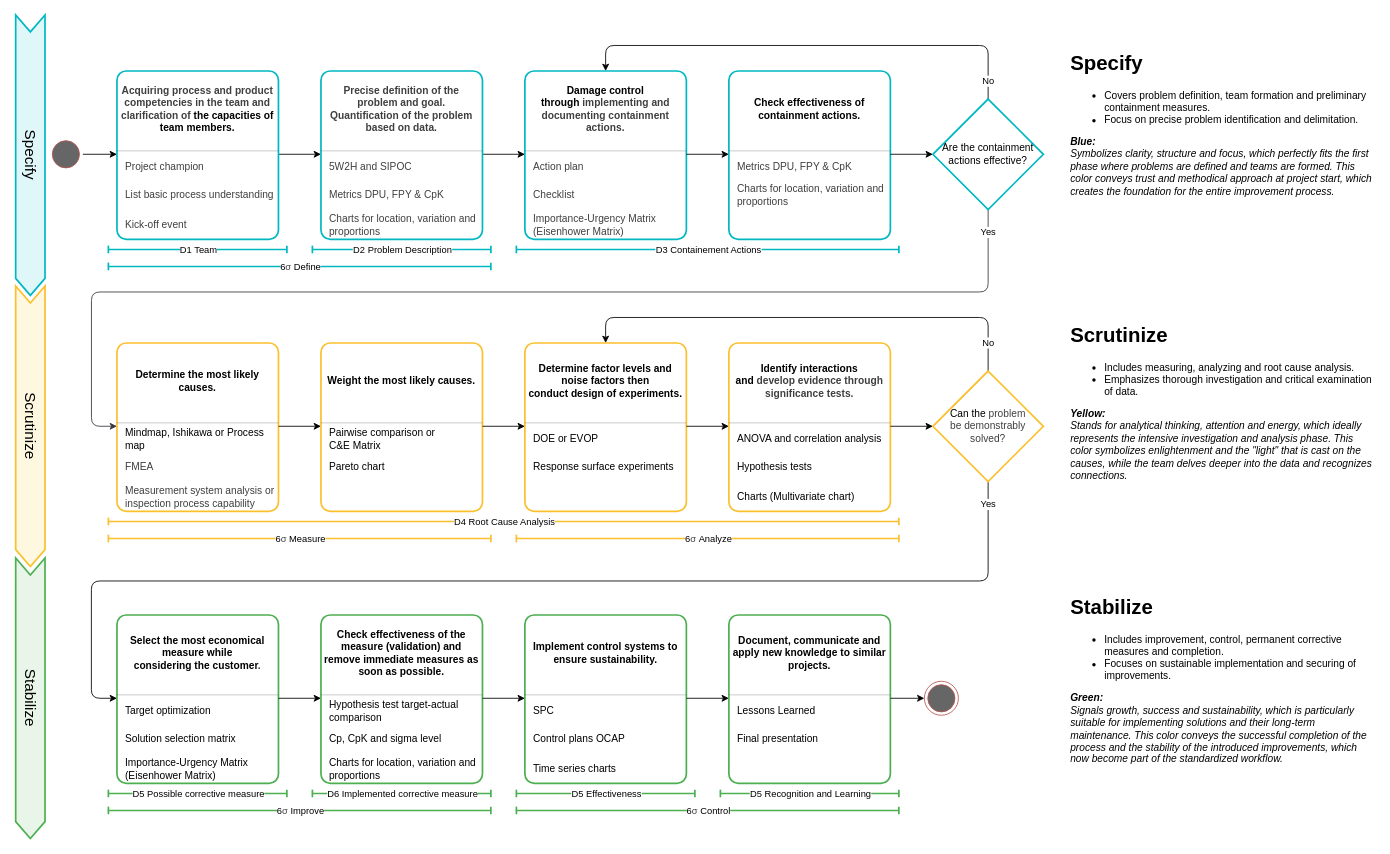
Earlier version of the draw.io diagram page "3s en" (1 of 8) of docs/guides/3s.drawio (j4ggr/DaSPi). Source tidied: cells renumbered, new cells numbered last; positions are measured from the earlier drawing's top-left corner, leaving out a move shared by most shapes. Both pictures are drawn from the tidied source at 85%, with x=0, y=0 at pixel (-110, 45).
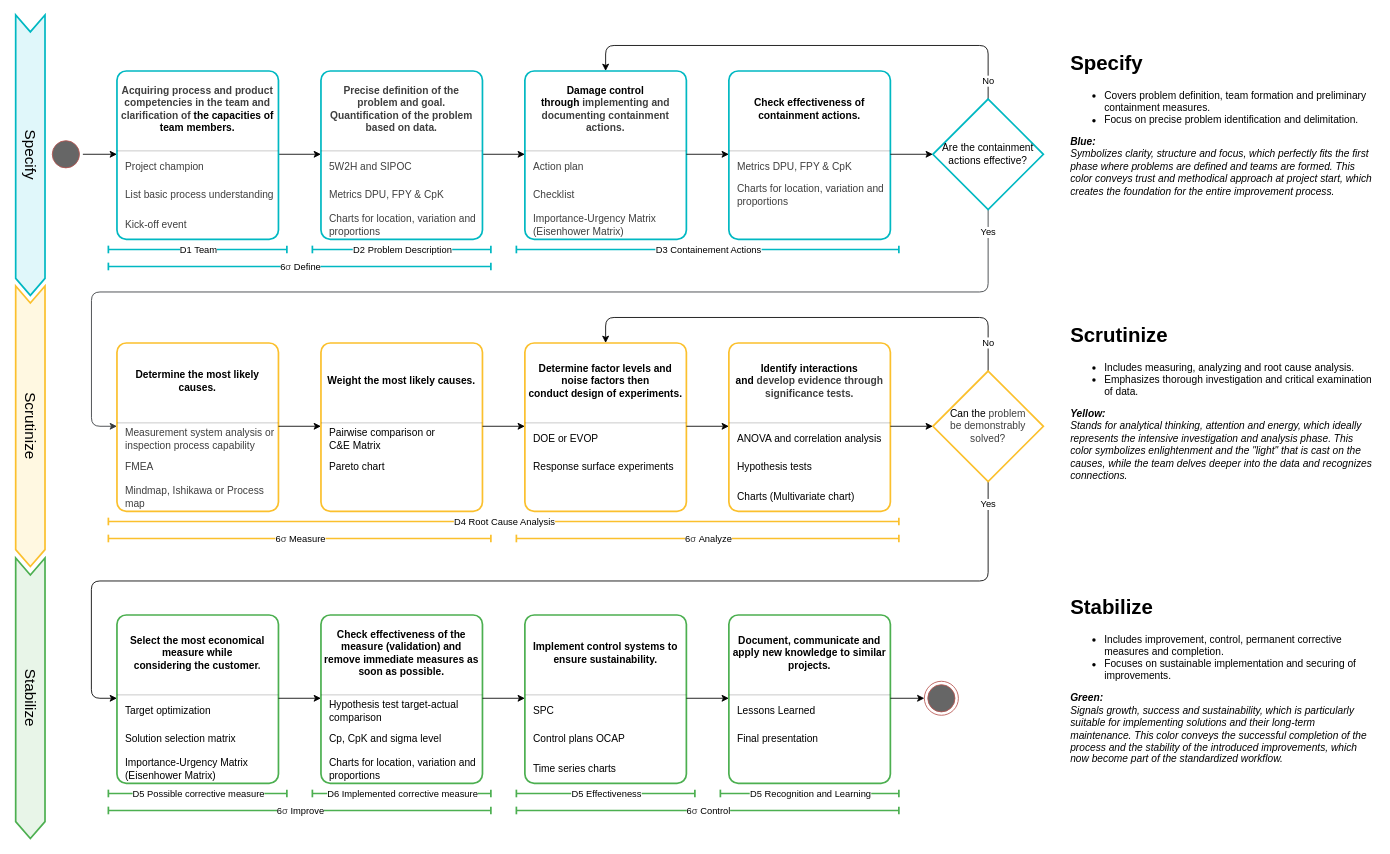
The same diagram, later.

The change refers to these unchanged cells:
```xml
<mxCell id="17" style="fontStyle=1;align=left;verticalAlign=middle;horizontal=1;rounded=1;absoluteArcSize=1;arcSize=22;fillColor=#FFFFFF;strokeColor=#fbc02d;fontFamily=Helvetica;strokeWidth=2;" parent="1" vertex="1">
  <mxGeometry x="267.1" y="350" width="190" height="198" as="geometry" />
</mxCell>
```

What changed in the source:
```diff
@@
-    <mxCell id="20" value="&lt;div style=&quot;&quot;&gt;&lt;span style=&quot;background-color: transparent;&quot;&gt;&lt;font&gt;Mindmap, Ishikawa or Process map&lt;/font&gt;&lt;/span&gt;&lt;/div&gt;" style="html=1;align=left;spacing=0;spacingLeft=10;verticalAlign=middle;strokeColor=none;fillColor=none;whiteSpace=wrap;fontFamily=Helvetica;" parent="17" vertex="1">
+    <mxCell id="20" value="&lt;div style=&quot;&quot;&gt;&lt;span style=&quot;color: rgb(63, 63, 63);&quot;&gt;Measurement system analysis or inspection process capability&lt;/span&gt;&lt;/div&gt;" style="html=1;align=left;spacing=0;spacingLeft=10;verticalAlign=middle;strokeColor=none;fillColor=none;whiteSpace=wrap;fontFamily=Helvetica;" parent="17" vertex="1">
       <mxGeometry y="98" width="190" height="30" as="geometry" />
     </mxCell>
@@
-    <mxCell id="22" value="&lt;span style=&quot;color: rgb(63, 63, 63);&quot;&gt;Measurement system analysis or inspection process capability&lt;/span&gt;" style="html=1;align=left;spacingLeft=10;spacing=0;verticalAlign=middle;strokeColor=none;fillColor=none;whiteSpace=wrap;fontFamily=Helvetica;" parent="17" vertex="1">
+    <mxCell id="22" value="&lt;span style=&quot;color: rgb(63, 63, 63);&quot;&gt;Mindmap, Ishikawa or Process map&lt;/span&gt;" style="html=1;align=left;spacingLeft=10;spacing=0;verticalAlign=middle;strokeColor=none;fillColor=none;whiteSpace=wrap;fontFamily=Helvetica;" parent="17" vertex="1">
       <mxGeometry y="163" width="190" height="35" as="geometry" />
     </mxCell>
```
